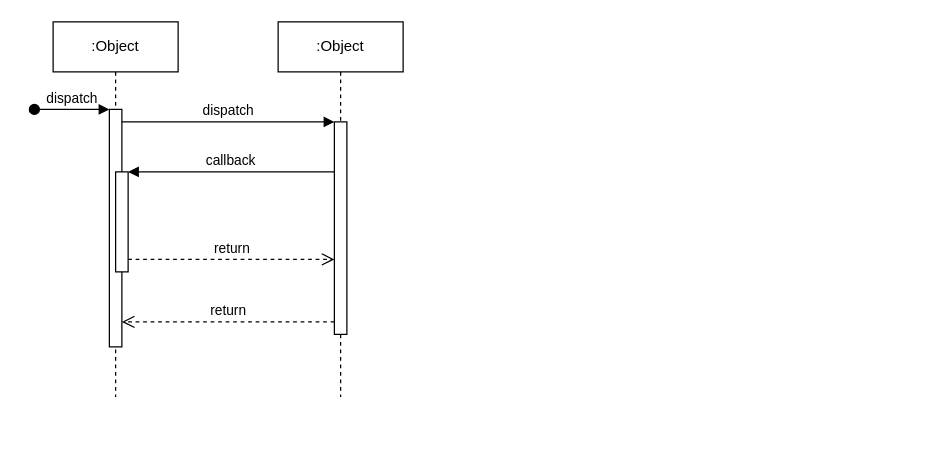
Before: Diagrama sin título.drawio in zelcam4ever/SoftwareArch, a draw.io diagram. Source tidied: cells renumbered, new cells numbered last; positions are measured from the earlier drawing's top-left corner, leaving out a move shared by most shapes. Both pictures are drawn from the tidied source at 125%, with x=0, y=0 at pixel (34, 21).
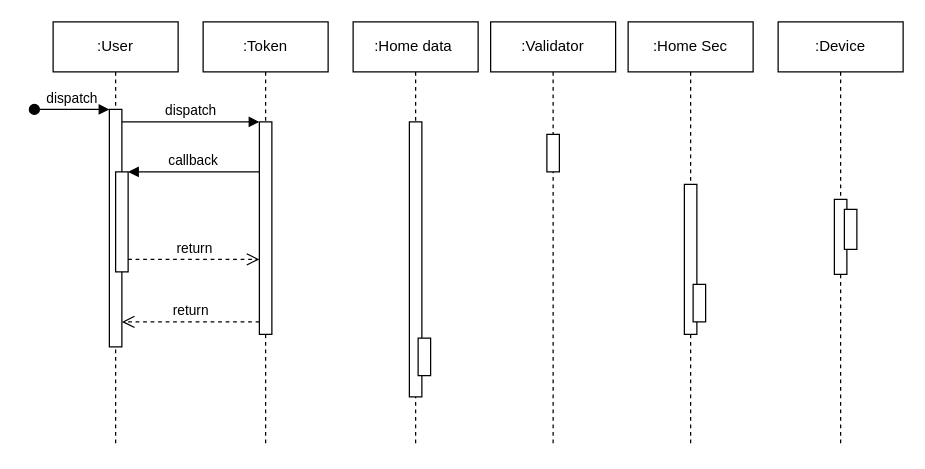
The same page after the edit.

Diff of the diagram source:
```diff
@@
-    <mxCell id="2" value=":Object" style="shape=umlLifeline;perimeter=lifelinePerimeter;whiteSpace=wrap;html=1;newEdgeStyle={&quot;edgeStyle&quot;:&quot;elbowEdgeStyle&quot;,&quot;elbow&quot;:&quot;vertical&quot;,&quot;curved&quot;:0,&quot;rounded&quot;:0};" parent="1" vertex="1">
-      <mxGeometry x="15" width="100" height="300" as="geometry" />
+    <mxCell id="2" value=":User" style="shape=umlLifeline;perimeter=lifelinePerimeter;whiteSpace=wrap;html=1;newEdgeStyle={&quot;edgeStyle&quot;:&quot;elbowEdgeStyle&quot;,&quot;elbow&quot;:&quot;vertical&quot;,&quot;curved&quot;:0,&quot;rounded&quot;:0};" parent="1" vertex="1">
+      <mxGeometry x="15" width="100" height="340" as="geometry" />
     </mxCell>
@@
-    <mxCell id="6" value=":Object" style="shape=umlLifeline;perimeter=lifelinePerimeter;whiteSpace=wrap;html=1;newEdgeStyle={&quot;edgeStyle&quot;:&quot;elbowEdgeStyle&quot;,&quot;elbow&quot;:&quot;vertical&quot;,&quot;curved&quot;:0,&quot;rounded&quot;:0};" parent="1" vertex="1">
-      <mxGeometry x="195" width="100" height="300" as="geometry" />
+    <mxCell id="6" value=":Token" style="shape=umlLifeline;perimeter=lifelinePerimeter;whiteSpace=wrap;html=1;newEdgeStyle={&quot;edgeStyle&quot;:&quot;elbowEdgeStyle&quot;,&quot;elbow&quot;:&quot;vertical&quot;,&quot;curved&quot;:0,&quot;rounded&quot;:0};" parent="1" vertex="1">
+      <mxGeometry x="135" width="100" height="340" as="geometry" />
     </mxCell>
@@
+    <mxCell id="12" value=":Home data&amp;nbsp;" style="shape=umlLifeline;perimeter=lifelinePerimeter;whiteSpace=wrap;html=1;newEdgeStyle={&quot;edgeStyle&quot;:&quot;elbowEdgeStyle&quot;,&quot;elbow&quot;:&quot;vertical&quot;,&quot;curved&quot;:0,&quot;rounded&quot;:0};" parent="1" vertex="1">
+      <mxGeometry x="255" width="100" height="340" as="geometry" />
+    </mxCell>
+    <mxCell id="13" style="html=1;perimeter=orthogonalPerimeter;targetShapes=umlLifeline;newEdgeStyle={&quot;edgeStyle&quot;:&quot;elbowEdgeStyle&quot;,&quot;elbow&quot;:&quot;vertical&quot;,&quot;curved&quot;:0,&quot;rounded&quot;:0};" parent="12" vertex="1">
+      <mxGeometry x="45" y="80" width="10" height="220" as="geometry" />
+    </mxCell>
+    <mxCell id="14" style="html=1;perimeter=orthogonalPerimeter;targetShapes=umlLifeline;newEdgeStyle={&quot;edgeStyle&quot;:&quot;elbowEdgeStyle&quot;,&quot;elbow&quot;:&quot;vertical&quot;,&quot;curved&quot;:0,&quot;rounded&quot;:0};" parent="12" vertex="1">
+      <mxGeometry x="52" y="253" width="10" height="30" as="geometry" />
+    </mxCell>
+    <mxCell id="15" value=":Validator" style="shape=umlLifeline;perimeter=lifelinePerimeter;whiteSpace=wrap;html=1;newEdgeStyle={&quot;edgeStyle&quot;:&quot;elbowEdgeStyle&quot;,&quot;elbow&quot;:&quot;vertical&quot;,&quot;curved&quot;:0,&quot;rounded&quot;:0};" parent="1" vertex="1">
+      <mxGeometry x="365" width="100" height="340" as="geometry" />
+    </mxCell>
+    <mxCell id="16" style="html=1;perimeter=orthogonalPerimeter;targetShapes=umlLifeline;newEdgeStyle={&quot;edgeStyle&quot;:&quot;elbowEdgeStyle&quot;,&quot;elbow&quot;:&quot;vertical&quot;,&quot;curved&quot;:0,&quot;rounded&quot;:0};" parent="15" vertex="1">
+      <mxGeometry x="45" y="90" width="10" height="30" as="geometry" />
+    </mxCell>
+    <mxCell id="17" value=":Home Sec" style="shape=umlLifeline;perimeter=lifelinePerimeter;whiteSpace=wrap;html=1;newEdgeStyle={&quot;edgeStyle&quot;:&quot;elbowEdgeStyle&quot;,&quot;elbow&quot;:&quot;vertical&quot;,&quot;curved&quot;:0,&quot;rounded&quot;:0};" parent="1" vertex="1">
+      <mxGeometry x="475" width="100" height="340" as="geometry" />
+    </mxCell>
+    <mxCell id="18" style="html=1;perimeter=orthogonalPerimeter;targetShapes=umlLifeline;newEdgeStyle={&quot;edgeStyle&quot;:&quot;elbowEdgeStyle&quot;,&quot;elbow&quot;:&quot;vertical&quot;,&quot;curved&quot;:0,&quot;rounded&quot;:0};" parent="17" vertex="1">
+      <mxGeometry x="45" y="130" width="10" height="120" as="geometry" />
+    </mxCell>
+    <mxCell id="19" style="html=1;perimeter=orthogonalPerimeter;targetShapes=umlLifeline;newEdgeStyle={&quot;edgeStyle&quot;:&quot;elbowEdgeStyle&quot;,&quot;elbow&quot;:&quot;vertical&quot;,&quot;curved&quot;:0,&quot;rounded&quot;:0};" parent="17" vertex="1">
+      <mxGeometry x="52" y="210" width="10" height="30" as="geometry" />
+    </mxCell>
+    <mxCell id="20" value=":Device" style="shape=umlLifeline;perimeter=lifelinePerimeter;whiteSpace=wrap;html=1;newEdgeStyle={&quot;edgeStyle&quot;:&quot;elbowEdgeStyle&quot;,&quot;elbow&quot;:&quot;vertical&quot;,&quot;curved&quot;:0,&quot;rounded&quot;:0};" parent="1" vertex="1">
+      <mxGeometry x="595" width="100" height="340" as="geometry" />
+    </mxCell>
+    <mxCell id="21" style="html=1;perimeter=orthogonalPerimeter;targetShapes=umlLifeline;newEdgeStyle={&quot;edgeStyle&quot;:&quot;elbowEdgeStyle&quot;,&quot;elbow&quot;:&quot;vertical&quot;,&quot;curved&quot;:0,&quot;rounded&quot;:0};" parent="20" vertex="1">
+      <mxGeometry x="45" y="142" width="10" height="60" as="geometry" />
+    </mxCell>
+    <mxCell id="22" style="html=1;perimeter=orthogonalPerimeter;targetShapes=umlLifeline;newEdgeStyle={&quot;edgeStyle&quot;:&quot;elbowEdgeStyle&quot;,&quot;elbow&quot;:&quot;vertical&quot;,&quot;curved&quot;:0,&quot;rounded&quot;:0};" parent="20" vertex="1">
+      <mxGeometry x="53" y="150" width="10" height="32" as="geometry" />
+    </mxCell>
```
